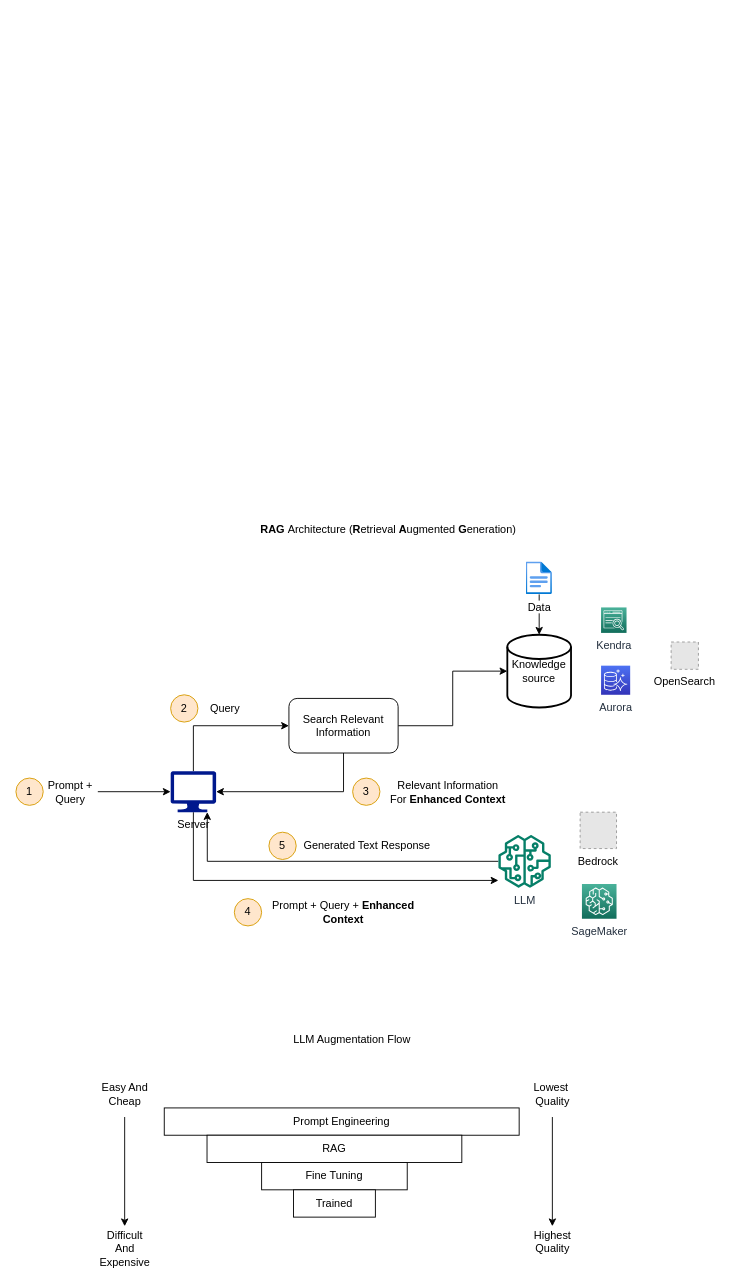
Before: DiscoveryDays/AWS-GenAI.drawio in mcharouk/aws, a draw.io diagram. Source tidied: cells renumbered, new cells numbered last; positions are measured from the earlier drawing's top-left corner, leaving out a move shared by most shapes. Both pictures are drawn from the tidied source at 91%, with x=0, y=0 at pixel (15, 516). Pictures stored in the file or linked from it are replaced by grey dashed boxes.
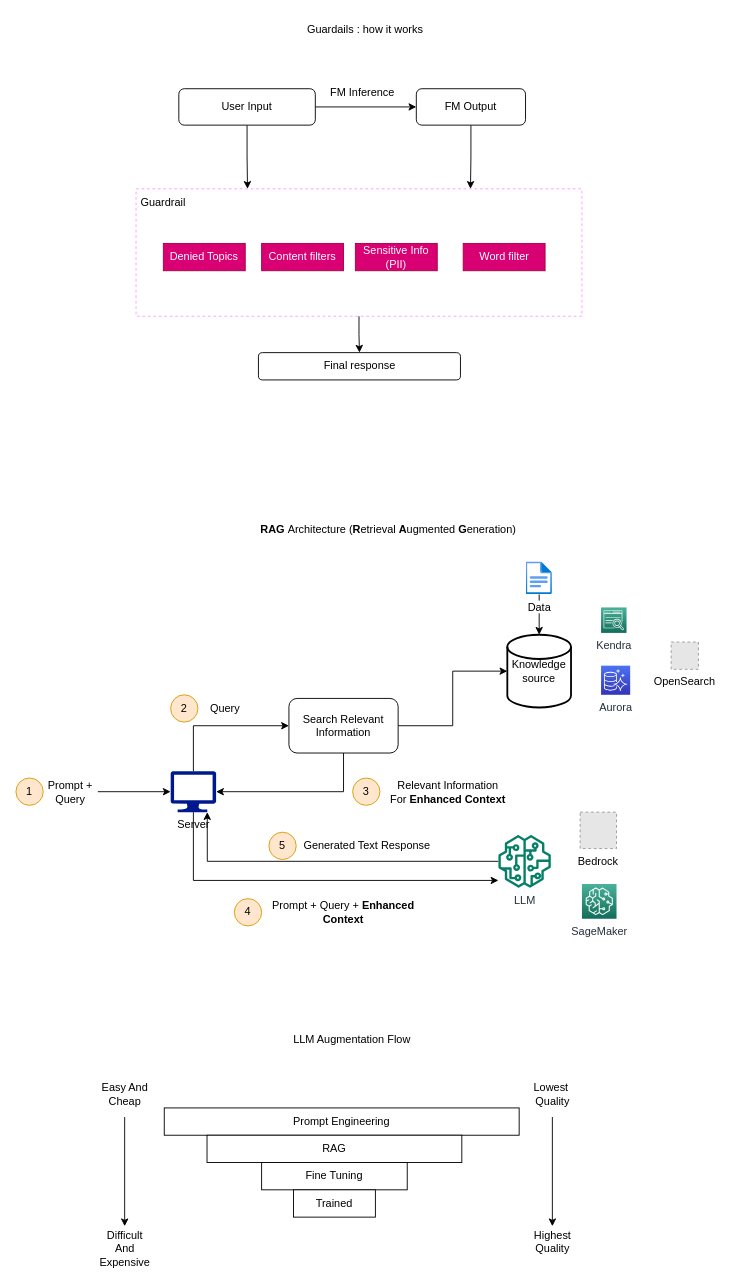
Above is the later version.

Diff of the diagram source:
```diff
@@
+    <mxCell id="41" style="edgeStyle=orthogonalEdgeStyle;rounded=0;jettySize=auto;html=1;entryX=0.25;entryY=0;entryDx=0;entryDy=0;" parent="1" edge="1" source="43" target="47">
+      <mxGeometry relative="1" as="geometry" />
+    </mxCell>
+    <mxCell id="42" style="edgeStyle=orthogonalEdgeStyle;rounded=0;jettySize=auto;html=1;entryX=0;entryY=0.5;entryDx=0;entryDy=0;" parent="1" edge="1" source="43" target="45">
+      <mxGeometry relative="1" as="geometry" />
+    </mxCell>
+    <mxCell id="43" value="User Input" style="rounded=1;whiteSpace=wrap;html=1;" parent="1" vertex="1">
+      <mxGeometry x="179" y="-470" width="150" height="40" as="geometry" />
+    </mxCell>
+    <mxCell id="44" style="edgeStyle=orthogonalEdgeStyle;rounded=0;jettySize=auto;html=1;entryX=0.75;entryY=0;entryDx=0;entryDy=0;" parent="1" edge="1" source="45" target="47">
+      <mxGeometry relative="1" as="geometry" />
+    </mxCell>
+    <mxCell id="45" value="FM Output" style="rounded=1;whiteSpace=wrap;html=1;" parent="1" vertex="1">
+      <mxGeometry x="440" y="-470" width="120" height="40" as="geometry" />
+    </mxCell>
+    <mxCell id="46" style="edgeStyle=orthogonalEdgeStyle;rounded=0;jettySize=auto;html=1;exitX=0.5;exitY=1;exitDx=0;exitDy=0;entryX=0.5;entryY=0;entryDx=0;entryDy=0;" parent="1" edge="1" source="47" target="53">
+      <mxGeometry relative="1" as="geometry" />
+    </mxCell>
+    <mxCell id="47" style="rounded=0;whiteSpace=wrap;html=1;fillColor=none;dashed=1;strokeColor=#FF99FF;" parent="1" vertex="1">
+      <mxGeometry x="132" y="-360" width="490" height="140" as="geometry" />
+    </mxCell>
+    <mxCell id="48" value="Guardrail" style="text;html=1;strokeColor=none;fillColor=none;align=center;verticalAlign=middle;whiteSpace=wrap;rounded=0;" parent="1" vertex="1">
+      <mxGeometry x="132" y="-360" width="60" height="30" as="geometry" />
+    </mxCell>
+    <mxCell id="49" value="Denied Topics" style="text;html=1;strokeColor=#A50040;fillColor=#d80073;align=center;verticalAlign=middle;whiteSpace=wrap;rounded=0;fontColor=#ffffff;" parent="1" vertex="1">
+      <mxGeometry x="162" y="-300" width="90" height="30" as="geometry" />
+    </mxCell>
+    <mxCell id="50" value="Content filters" style="text;html=1;strokeColor=#A50040;fillColor=#d80073;align=center;verticalAlign=middle;whiteSpace=wrap;rounded=0;fontColor=#ffffff;" parent="1" vertex="1">
+      <mxGeometry x="270" y="-300" width="90" height="30" as="geometry" />
+    </mxCell>
+    <mxCell id="51" value="Sensitive Info (PII)" style="text;html=1;strokeColor=#A50040;fillColor=#d80073;align=center;verticalAlign=middle;whiteSpace=wrap;rounded=0;fontColor=#ffffff;" parent="1" vertex="1">
+      <mxGeometry x="373" y="-300" width="90" height="30" as="geometry" />
+    </mxCell>
+    <mxCell id="52" value="Word filter" style="text;html=1;strokeColor=#A50040;fillColor=#d80073;align=center;verticalAlign=middle;whiteSpace=wrap;rounded=0;fontColor=#ffffff;" parent="1" vertex="1">
+      <mxGeometry x="491.5" y="-300" width="90" height="30" as="geometry" />
+    </mxCell>
+    <mxCell id="53" value="Final response" style="rounded=1;whiteSpace=wrap;html=1;" parent="1" vertex="1">
+      <mxGeometry x="266.5" y="-180" width="222" height="30" as="geometry" />
+    </mxCell>
+    <mxCell id="54" value="FM Inference" style="text;html=1;strokeColor=none;fillColor=none;align=center;verticalAlign=middle;whiteSpace=wrap;rounded=0;" parent="1" vertex="1">
+      <mxGeometry x="341" y="-480" width="80" height="30" as="geometry" />
+    </mxCell>
+    <mxCell id="55" value="Guardails : how it works" style="text;html=1;strokeColor=none;fillColor=none;align=center;verticalAlign=middle;whiteSpace=wrap;rounded=0;" parent="1" vertex="1">
+      <mxGeometry x="299" y="-550" width="170" height="30" as="geometry" />
+    </mxCell>
```
